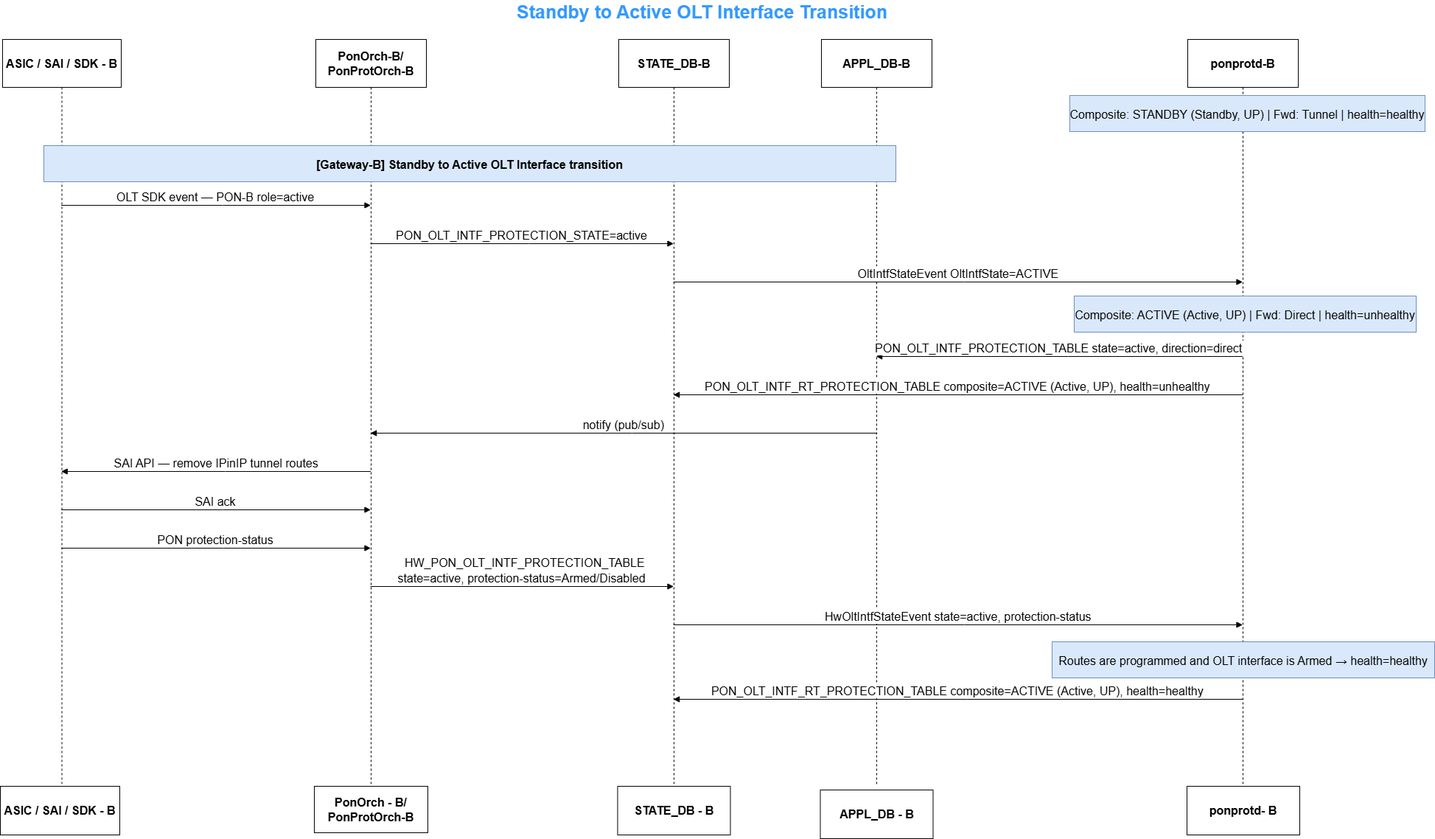
Earlier version of the draw.io export doc/pon/images/Standby to Active OLT Interface Transition.png (sonic-net/SONiC). Source tidied: cells renumbered, new cells last; positions are measured from the earlier drawing's top-left corner, leaving out a move shared by most shapes. Source of this version:
```xml
<mxGraphModel>
  <root>
    <mxCell id="0" />
    <mxCell id="1" parent="0" />
    <mxCell id="2" value="ASIC / SAI / SDK - B" style="shape=umlLifeline;perimeter=lifelinePerimeter;whiteSpace=wrap;outlineConnect=0;portConstraint=eastwest;newEdgeStyle={&quot;edgeStyle&quot;:&quot;elbowEdgeStyle&quot;,&quot;elbow&quot;:&quot;vertical&quot;,&quot;curved&quot;:0,&quot;rounded&quot;:0};size=65;fontSize=16;fontStyle=1;" parent="1" vertex="1">
      <mxGeometry x="3" y="53" width="161" height="1010" as="geometry" />
    </mxCell>
    <mxCell id="3" value="PonOrch-B/&#10;PonProtOrch-B" style="shape=umlLifeline;perimeter=lifelinePerimeter;whiteSpace=wrap;outlineConnect=0;portConstraint=eastwest;newEdgeStyle={&quot;edgeStyle&quot;:&quot;elbowEdgeStyle&quot;,&quot;elbow&quot;:&quot;vertical&quot;,&quot;curved&quot;:0,&quot;rounded&quot;:0};size=65;fontSize=16;fontStyle=1;" parent="1" vertex="1">
      <mxGeometry x="428" y="53" width="150" height="1010" as="geometry" />
    </mxCell>
    <mxCell id="4" value="STATE_DB-B" style="shape=umlLifeline;perimeter=lifelinePerimeter;whiteSpace=wrap;outlineConnect=0;portConstraint=eastwest;newEdgeStyle={&quot;edgeStyle&quot;:&quot;elbowEdgeStyle&quot;,&quot;elbow&quot;:&quot;vertical&quot;,&quot;curved&quot;:0,&quot;rounded&quot;:0};size=65;fontSize=16;fontStyle=1;" parent="1" vertex="1">
      <mxGeometry x="839" y="53" width="150" height="1010" as="geometry" />
    </mxCell>
    <mxCell id="5" value="APPL_DB-B" style="shape=umlLifeline;perimeter=lifelinePerimeter;whiteSpace=wrap;outlineConnect=0;portConstraint=eastwest;newEdgeStyle={&quot;edgeStyle&quot;:&quot;elbowEdgeStyle&quot;,&quot;elbow&quot;:&quot;vertical&quot;,&quot;curved&quot;:0,&quot;rounded&quot;:0};size=65;fontSize=16;fontStyle=1;" parent="1" vertex="1">
      <mxGeometry x="1114" y="53" width="150" height="1010" as="geometry" />
    </mxCell>
    <mxCell id="6" value="ponprotd-B" style="shape=umlLifeline;perimeter=lifelinePerimeter;whiteSpace=wrap;outlineConnect=0;portConstraint=eastwest;newEdgeStyle={&quot;edgeStyle&quot;:&quot;elbowEdgeStyle&quot;,&quot;elbow&quot;:&quot;vertical&quot;,&quot;curved&quot;:0,&quot;rounded&quot;:0};size=65;fontSize=16;fontStyle=1;" parent="1" vertex="1">
      <mxGeometry x="1611" y="53" width="150" height="1010" as="geometry" />
    </mxCell>
    <mxCell id="7" value="OLT SDK event — PON-B role=active" style="verticalAlign=bottom;edgeStyle=elbowEdgeStyle;elbow=vertical;curved=0;rounded=0;endArrow=block;fontSize=16;" parent="1" edge="1" source="2" target="3">
      <mxGeometry relative="1" as="geometry">
        <Array as="points">
          <mxPoint x="302" y="278" />
        </Array>
      </mxGeometry>
    </mxCell>
    <mxCell id="8" value="PON_OLT_INTF_PROTECTION_STATE=active" style="verticalAlign=bottom;edgeStyle=elbowEdgeStyle;elbow=vertical;curved=0;rounded=0;endArrow=block;fontSize=16;" parent="1" edge="1" source="3" target="4">
      <mxGeometry relative="1" as="geometry">
        <Array as="points">
          <mxPoint x="717" y="330" />
        </Array>
      </mxGeometry>
    </mxCell>
    <mxCell id="9" value="OltIntfStateEvent OltIntfState=ACTIVE" style="verticalAlign=bottom;edgeStyle=elbowEdgeStyle;elbow=vertical;curved=0;rounded=0;endArrow=block;fontSize=16;" parent="1" edge="1" source="4" target="6">
      <mxGeometry relative="1" as="geometry">
        <Array as="points">
          <mxPoint x="1308" y="382" />
        </Array>
      </mxGeometry>
    </mxCell>
    <mxCell id="10" value="PON_OLT_INTF_PROTECTION_TABLE state=active, direction=direct" style="verticalAlign=bottom;edgeStyle=elbowEdgeStyle;elbow=vertical;curved=0;rounded=0;endArrow=block;fontSize=16;" parent="1" edge="1" source="6" target="5">
      <mxGeometry relative="1" as="geometry">
        <Array as="points">
          <mxPoint x="1449" y="483" />
        </Array>
      </mxGeometry>
    </mxCell>
    <mxCell id="11" value="PON_OLT_INTF_RT_PROTECTION_TABLE composite=ACTIVE (Active, UP), health=unhealthy" style="verticalAlign=bottom;edgeStyle=elbowEdgeStyle;elbow=vertical;curved=0;rounded=0;endArrow=block;fontSize=16;" parent="1" edge="1" source="6" target="4">
      <mxGeometry relative="1" as="geometry">
        <Array as="points">
          <mxPoint x="1311" y="535" />
        </Array>
      </mxGeometry>
    </mxCell>
    <mxCell id="12" value="notify (pub/sub)" style="verticalAlign=bottom;edgeStyle=elbowEdgeStyle;elbow=vertical;curved=0;rounded=0;endArrow=block;fontSize=16;" parent="1" edge="1" source="5" target="3">
      <mxGeometry relative="1" as="geometry">
        <Array as="points">
          <mxPoint x="857" y="587" />
        </Array>
      </mxGeometry>
    </mxCell>
    <mxCell id="13" value="SAI API — remove IPinIP tunnel routes" style="verticalAlign=bottom;edgeStyle=elbowEdgeStyle;elbow=vertical;curved=0;rounded=0;endArrow=block;fontSize=16;" parent="1" edge="1" source="3" target="2">
      <mxGeometry relative="1" as="geometry">
        <Array as="points">
          <mxPoint x="305" y="639" />
        </Array>
      </mxGeometry>
    </mxCell>
    <mxCell id="14" value="SAI ack" style="verticalAlign=bottom;edgeStyle=elbowEdgeStyle;elbow=vertical;curved=0;rounded=0;endArrow=block;fontSize=16;" parent="1" edge="1" source="2" target="3">
      <mxGeometry relative="1" as="geometry">
        <Array as="points">
          <mxPoint x="302" y="691" />
        </Array>
      </mxGeometry>
    </mxCell>
    <mxCell id="15" value="PON protection-status" style="verticalAlign=bottom;edgeStyle=elbowEdgeStyle;elbow=vertical;curved=0;rounded=0;endArrow=block;fontSize=16;" parent="1" edge="1" source="2" target="3">
      <mxGeometry relative="1" as="geometry">
        <Array as="points">
          <mxPoint x="302" y="743" />
        </Array>
      </mxGeometry>
    </mxCell>
    <mxCell id="16" value="state=active, protection-status=Armed/Disabled" style="verticalAlign=bottom;edgeStyle=elbowEdgeStyle;elbow=vertical;curved=0;rounded=0;endArrow=block;fontSize=16;" parent="1" edge="1" source="3" target="4">
      <mxGeometry relative="1" as="geometry">
        <Array as="points">
          <mxPoint x="717" y="795" />
        </Array>
      </mxGeometry>
    </mxCell>
    <mxCell id="17" value="HwOltIntfStateEvent state=active, protection-status" style="verticalAlign=bottom;edgeStyle=elbowEdgeStyle;elbow=vertical;curved=0;rounded=0;endArrow=block;fontSize=16;" parent="1" edge="1" source="4" target="6">
      <mxGeometry relative="1" as="geometry">
        <Array as="points">
          <mxPoint x="1308" y="847" />
        </Array>
      </mxGeometry>
    </mxCell>
    <mxCell id="18" value="PON_OLT_INTF_RT_PROTECTION_TABLE composite=ACTIVE (Active, UP), health=healthy" style="verticalAlign=bottom;edgeStyle=elbowEdgeStyle;elbow=vertical;curved=0;rounded=0;endArrow=block;fontSize=16;" parent="1" edge="1" source="6" target="4">
      <mxGeometry relative="1" as="geometry">
        <Array as="points">
          <mxPoint x="1311" y="948" />
        </Array>
      </mxGeometry>
    </mxCell>
    <mxCell id="19" value="Composite: STANDBY (Standby, UP) | Fwd: Tunnel | health=healthy" style="fillColor=#dae8fc;strokeColor=#6c8ebf;fontSize=16;" parent="1" vertex="1">
      <mxGeometry x="1451" y="129" width="482" height="49" as="geometry" />
    </mxCell>
    <mxCell id="20" value="[Gateway-B] Standby to Active OLT Interface transition" style="fillColor=#dae8fc;strokeColor=#6c8ebf;fontSize=16;fontStyle=1;" parent="1" vertex="1">
      <mxGeometry x="59" y="197" width="1156" height="49" as="geometry" />
    </mxCell>
    <mxCell id="21" value="Composite: ACTIVE (Active, UP) | Fwd: Direct | health=unhealthy" style="fillColor=#dae8fc;strokeColor=#6c8ebf;fontSize=16;" parent="1" vertex="1">
      <mxGeometry x="1457" y="401" width="464" height="49" as="geometry" />
    </mxCell>
    <mxCell id="22" value="Routes are programmed and OLT interface is Armed → health=healthy" style="fillColor=#dae8fc;strokeColor=#6c8ebf;fontSize=16;" parent="1" vertex="1">
      <mxGeometry x="1427" y="870" width="519" height="49" as="geometry" />
    </mxCell>
    <mxCell id="23" value="&lt;span style=&quot;font-size: 16px; font-weight: 700;&quot;&gt;ASIC / SAI / SDK - B&lt;/span&gt;" style="rounded=0;whiteSpace=wrap;html=1;" parent="1" vertex="1">
      <mxGeometry y="1066" width="162" height="66" as="geometry" />
    </mxCell>
    <mxCell id="24" value="&lt;span style=&quot;font-size: 16px; font-weight: 700;&quot;&gt;PonOrch - B/&lt;br&gt;PonProtOrch-B&lt;/span&gt;" style="rounded=0;whiteSpace=wrap;html=1;" parent="1" vertex="1">
      <mxGeometry x="426" y="1066" width="154" height="63" as="geometry" />
    </mxCell>
    <mxCell id="25" value="&lt;span style=&quot;font-size: 16px; font-weight: 700;&quot;&gt;STATE_DB - B&lt;/span&gt;" style="rounded=0;whiteSpace=wrap;html=1;" parent="1" vertex="1">
      <mxGeometry x="837.5" y="1066" width="153" height="66" as="geometry" />
    </mxCell>
    <mxCell id="26" value="&lt;span style=&quot;font-size: 16px; font-weight: 700;&quot;&gt;APPL_DB - B&lt;/span&gt;" style="rounded=0;whiteSpace=wrap;html=1;" parent="1" vertex="1">
      <mxGeometry x="1112.5" y="1071" width="153" height="66" as="geometry" />
    </mxCell>
    <mxCell id="27" value="&lt;span style=&quot;font-size: 16px; font-weight: 700;&quot;&gt;ponprotd- B&lt;/span&gt;" style="rounded=0;whiteSpace=wrap;html=1;" parent="1" vertex="1">
      <mxGeometry x="1610" y="1066" width="153" height="66" as="geometry" />
    </mxCell>
    <mxCell id="28" value="&lt;font style=&quot;color: light-dark(rgb(51, 153, 255), rgb(43, 130, 218));&quot;&gt;Standby to Active OLT Interface Transition&lt;/font&gt;" style="text;html=1;whiteSpace=wrap;strokeColor=none;fillColor=none;align=center;verticalAlign=middle;rounded=0;fontStyle=1;fontSize=25;" parent="1" vertex="1">
      <mxGeometry x="624" width="657" height="30" as="geometry" />
    </mxCell>
    <mxCell id="29" value="&lt;span style=&quot;font-size: 16px; white-space: nowrap; background-color: rgb(255, 255, 255);&quot;&gt;HW_PON_OLT_INTF_PROTECTION_TABLE&amp;nbsp;&lt;/span&gt;" style="text;html=1;whiteSpace=wrap;strokeColor=none;fillColor=none;align=center;verticalAlign=middle;rounded=0;" parent="1" vertex="1">
      <mxGeometry x="684" y="748" width="60" height="30" as="geometry" />
    </mxCell>
  </root>
</mxGraphModel>
```
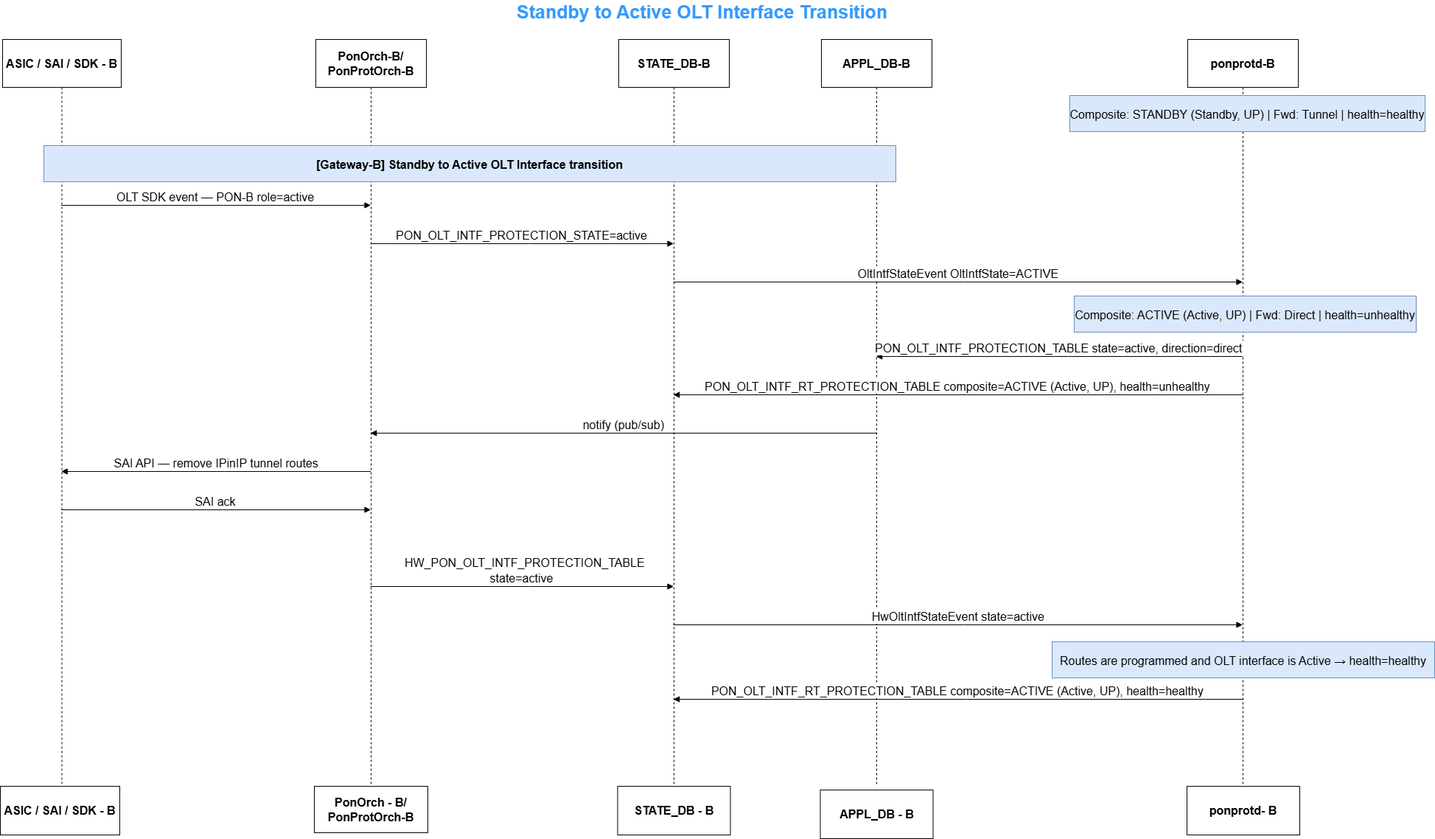
Later version of the same file.

Change to the diagram source:
```diff
@@ -73,21 +73,14 @@
         </Array>
       </mxGeometry>
     </mxCell>
-    <mxCell id="15" value="PON protection-status" style="verticalAlign=bottom;edgeStyle=elbowEdgeStyle;elbow=vertical;curved=0;rounded=0;endArrow=block;fontSize=16;" parent="1" edge="1" source="2" target="3">
-      <mxGeometry relative="1" as="geometry">
-        <Array as="points">
-          <mxPoint x="302" y="743" />
-        </Array>
-      </mxGeometry>
-    </mxCell>
-    <mxCell id="16" value="state=active, protection-status=Armed/Disabled" style="verticalAlign=bottom;edgeStyle=elbowEdgeStyle;elbow=vertical;curved=0;rounded=0;endArrow=block;fontSize=16;" parent="1" edge="1" source="3" target="4">
+    <mxCell id="16" value="state=active" style="verticalAlign=bottom;edgeStyle=elbowEdgeStyle;elbow=vertical;curved=0;rounded=0;endArrow=block;fontSize=16;" parent="1" edge="1" source="3" target="4">
       <mxGeometry relative="1" as="geometry">
         <Array as="points">
           <mxPoint x="717" y="795" />
         </Array>
       </mxGeometry>
     </mxCell>
-    <mxCell id="17" value="HwOltIntfStateEvent state=active, protection-status" style="verticalAlign=bottom;edgeStyle=elbowEdgeStyle;elbow=vertical;curved=0;rounded=0;endArrow=block;fontSize=16;" parent="1" edge="1" source="4" target="6">
+    <mxCell id="17" value="HwOltIntfStateEvent state=active" style="verticalAlign=bottom;edgeStyle=elbowEdgeStyle;elbow=vertical;curved=0;rounded=0;endArrow=block;fontSize=16;" parent="1" edge="1" source="4" target="6">
       <mxGeometry relative="1" as="geometry">
         <Array as="points">
           <mxPoint x="1308" y="847" />
@@ -110,7 +103,7 @@
     <mxCell id="21" value="Composite: ACTIVE (Active, UP) | Fwd: Direct | health=unhealthy" style="fillColor=#dae8fc;strokeColor=#6c8ebf;fontSize=16;" parent="1" vertex="1">
       <mxGeometry x="1457" y="401" width="464" height="49" as="geometry" />
     </mxCell>
-    <mxCell id="22" value="Routes are programmed and OLT interface is Armed → health=healthy" style="fillColor=#dae8fc;strokeColor=#6c8ebf;fontSize=16;" parent="1" vertex="1">
+    <mxCell id="22" value="Routes are programmed and OLT interface is Active → health=healthy" style="fillColor=#dae8fc;strokeColor=#6c8ebf;fontSize=16;" parent="1" vertex="1">
       <mxGeometry x="1427" y="870" width="519" height="49" as="geometry" />
     </mxCell>
     <mxCell id="23" value="&lt;span style=&quot;font-size: 16px; font-weight: 700;&quot;&gt;ASIC / SAI / SDK - B&lt;/span&gt;" style="rounded=0;whiteSpace=wrap;html=1;" parent="1" vertex="1">
```
